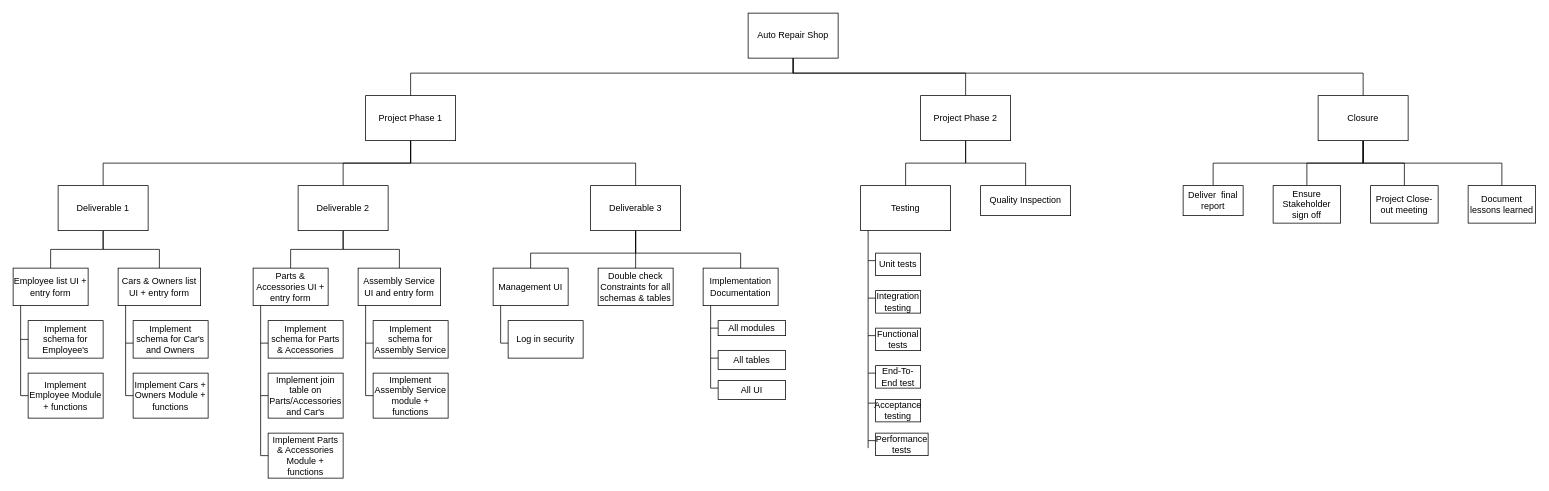
Earlier version of the draw.io diagram AutoRepairHybrid.drawio (DylanBriSmith/4313Drawings). Source tidied: cells renumbered, new cells numbered last; positions are measured from the earlier drawing's top-left corner, leaving out a move shared by most shapes. Both pictures are drawn from the tidied source at 75%, with x=0, y=0 at pixel (13, 13).
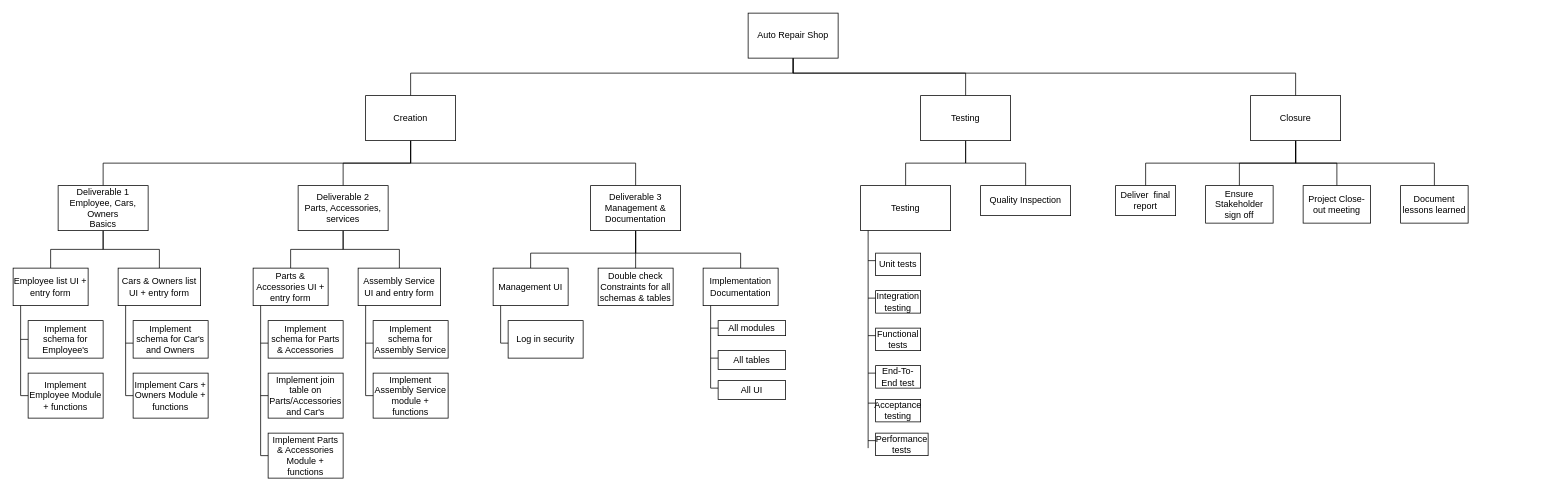
After the change.

The change refers to these unchanged cells:
```xml
<mxCell id="5" value="Auto Repair Shop" style="rounded=0;whiteSpace=wrap;html=1;" parent="1" vertex="1">
  <mxGeometry x="980" width="120" height="60" as="geometry" />
</mxCell>
```

Change to the diagram source:
```diff
@@
-    <mxCell id="4" style="edgeStyle=orthogonalEdgeStyle;rounded=0;jettySize=auto;html=1;strokeColor=default;align=center;verticalAlign=middle;fontFamily=Helvetica;fontSize=11;fontColor=default;labelBackgroundColor=default;endArrow=none;endFill=0;" parent="1" edge="1" source="5" target="55">
+    <mxCell id="4" style="edgeStyle=orthogonalEdgeStyle;rounded=0;jettySize=auto;html=1;strokeColor=default;align=center;verticalAlign=middle;fontFamily=Helvetica;fontSize=11;fontColor=default;labelBackgroundColor=default;endArrow=none;endFill=0;exitX=0.5;exitY=1;exitDx=0;exitDy=0;" parent="1" edge="1" source="5" target="55">
       <mxGeometry relative="1" as="geometry">
         <Array as="points">
           <mxPoint x="1040" y="80" />
-          <mxPoint x="1800" y="80" />
+          <mxPoint x="1710" y="80" />
         </Array>
       </mxGeometry>
     </mxCell>
@@
-    <mxCell id="9" value="Project Phase 1" style="rounded=0;whiteSpace=wrap;html=1;" parent="1" vertex="1">
+    <mxCell id="9" value="Creation" style="rounded=0;whiteSpace=wrap;html=1;" parent="1" vertex="1">
       <mxGeometry x="470" y="110" width="120" height="60" as="geometry" />
     </mxCell>
@@
-    <mxCell id="12" value="Deliverable 1" style="rounded=0;whiteSpace=wrap;html=1;" parent="1" vertex="1">
+    <mxCell id="12" value="Deliverable 1&lt;div&gt;Employee, Cars, Owners&lt;/div&gt;&lt;div&gt;Basics&lt;/div&gt;" style="rounded=0;whiteSpace=wrap;html=1;" parent="1" vertex="1">
       <mxGeometry x="60" y="230" width="120" height="60" as="geometry" />
     </mxCell>
@@
-    <mxCell id="21" value="Deliverable 2" style="rounded=0;whiteSpace=wrap;html=1;" parent="1" vertex="1">
+    <mxCell id="21" value="Deliverable 2&lt;div&gt;Parts, Accessories, services&lt;/div&gt;" style="rounded=0;whiteSpace=wrap;html=1;" parent="1" vertex="1">
       <mxGeometry x="380" y="230" width="120" height="60" as="geometry" />
     </mxCell>
@@
-    <mxCell id="32" value="Deliverable 3" style="rounded=0;whiteSpace=wrap;html=1;" parent="1" vertex="1">
+    <mxCell id="32" value="Deliverable 3&lt;div&gt;Management &amp;amp; Documentation&lt;/div&gt;" style="rounded=0;whiteSpace=wrap;html=1;" parent="1" vertex="1">
       <mxGeometry x="770" y="230" width="120" height="60" as="geometry" />
     </mxCell>
@@
-    <mxCell id="42" value="Project Phase 2" style="rounded=0;whiteSpace=wrap;html=1;" parent="1" vertex="1">
+    <mxCell id="42" value="Testing" style="rounded=0;whiteSpace=wrap;html=1;" parent="1" vertex="1">
       <mxGeometry x="1210" y="110" width="120" height="60" as="geometry" />
     </mxCell>
@@
     <mxCell id="51" style="edgeStyle=orthogonalEdgeStyle;rounded=0;jettySize=auto;html=1;strokeColor=default;align=center;verticalAlign=middle;fontFamily=Helvetica;fontSize=11;fontColor=default;labelBackgroundColor=default;endArrow=none;endFill=0;" parent="1" edge="1" source="55" target="56">
       <mxGeometry relative="1" as="geometry">
         <Array as="points">
-          <mxPoint x="1800" y="200" />
-          <mxPoint x="1600" y="200" />
+          <mxPoint x="1710" y="200" />
+          <mxPoint x="1510" y="200" />
         </Array>
       </mxGeometry>
     </mxCell>
@@
     <mxCell id="54" style="edgeStyle=orthogonalEdgeStyle;rounded=0;jettySize=auto;html=1;strokeColor=default;align=center;verticalAlign=middle;fontFamily=Helvetica;fontSize=11;fontColor=default;labelBackgroundColor=default;endArrow=none;endFill=0;" parent="1" edge="1" source="55" target="59">
       <mxGeometry relative="1" as="geometry">
         <Array as="points">
-          <mxPoint x="1800" y="200" />
-          <mxPoint x="1985" y="200" />
+          <mxPoint x="1710" y="200" />
+          <mxPoint x="1895" y="200" />
         </Array>
       </mxGeometry>
     </mxCell>
     <mxCell id="55" value="Closure" style="rounded=0;whiteSpace=wrap;html=1;" parent="1" vertex="1">
-      <mxGeometry x="1740" y="110" width="120" height="60" as="geometry" />
+      <mxGeometry x="1650" y="110" width="120" height="60" as="geometry" />
     </mxCell>
     <mxCell id="56" value="Deliver&amp;nbsp; final report" style="rounded=0;whiteSpace=wrap;html=1;" parent="1" vertex="1">
-      <mxGeometry x="1560" y="230" width="80" height="40" as="geometry" />
+      <mxGeometry x="1470" y="230" width="80" height="40" as="geometry" />
     </mxCell>
     <mxCell id="57" value="Ensure Stakeholder sign off" style="rounded=0;whiteSpace=wrap;html=1;" parent="1" vertex="1">
-      <mxGeometry x="1680" y="230" width="90" height="50" as="geometry" />
+      <mxGeometry x="1590" y="230" width="90" height="50" as="geometry" />
     </mxCell>
     <mxCell id="58" value="Project Close-out meeting" style="rounded=0;whiteSpace=wrap;html=1;" parent="1" vertex="1">
-      <mxGeometry x="1810" y="230" width="90" height="50" as="geometry" />
+      <mxGeometry x="1720" y="230" width="90" height="50" as="geometry" />
     </mxCell>
     <mxCell id="59" value="Document lessons learned" style="rounded=0;whiteSpace=wrap;html=1;" parent="1" vertex="1">
-      <mxGeometry x="1940" y="230" width="90" height="50" as="geometry" />
+      <mxGeometry x="1850" y="230" width="90" height="50" as="geometry" />
     </mxCell>
```
